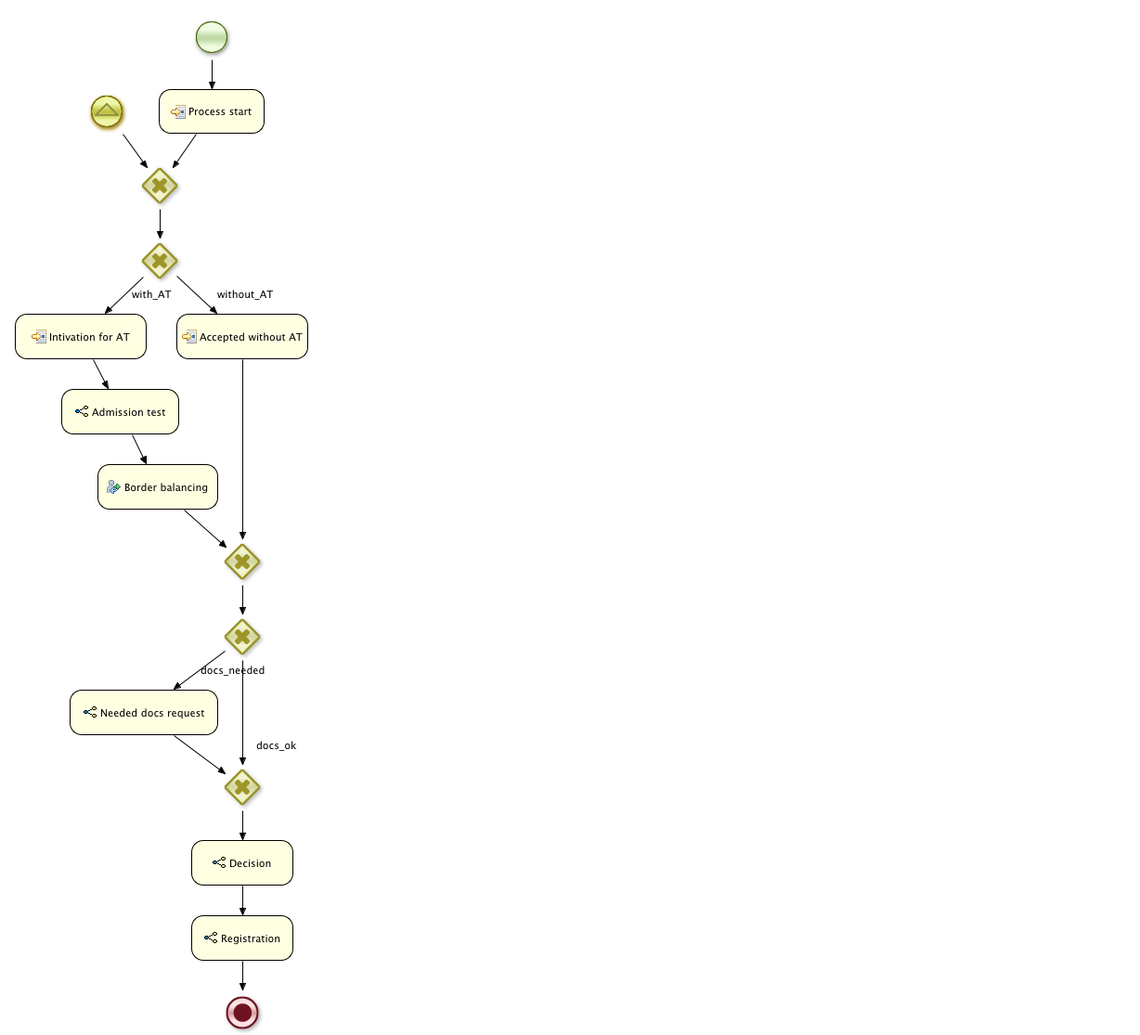
The BPMN diagram src/main/resources/bpm/2012_msp_main.png in janondrusek/MI-MPR-DIP-Admission, before a commit. Its source is kept beside it as src/main/resources/msp/2012_msp_main.bpmn. Ids are renumbered.
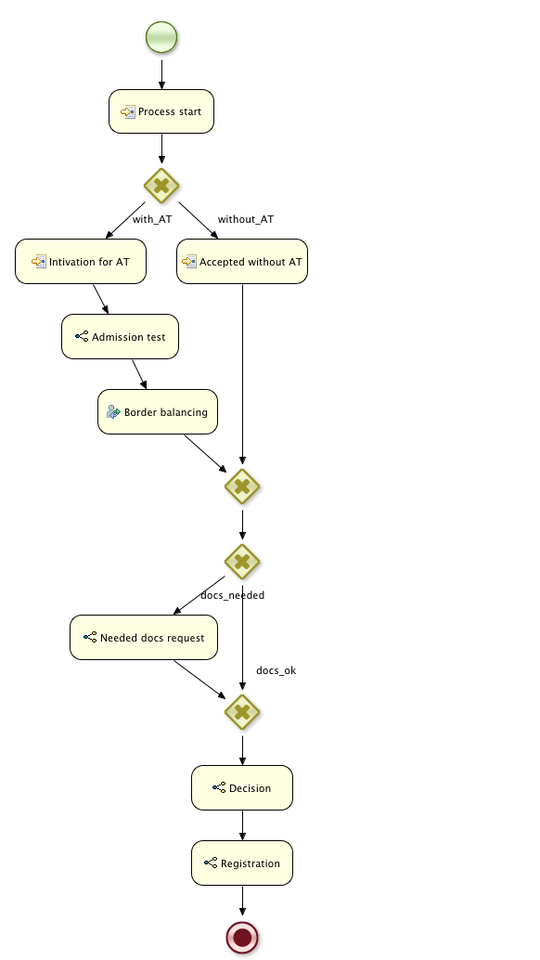
Above is the later version.

Change to the diagram source:
```diff
@@ -30,15 +30,15 @@
       <ioSpecification>
         <dataInput id="_36_CommentInput" name="Comment" />
         <dataInput id="_36_SkippableInput" name="Skippable" />
+        <dataInput id="_36_TaskNameInput" name="TaskName" />
         <dataInput id="_36_ContentInput" name="Content" />
-        <dataInput id="_36_TaskNameInput" name="TaskName" />
         <dataInput id="_36_GroupIdInput" name="GroupId" />
         <dataInput id="_36_PriorityInput" name="Priority" />
         <inputSet>
           <dataInputRefs>_36_CommentInput</dataInputRefs>
           <dataInputRefs>_36_SkippableInput</dataInputRefs>
+          <dataInputRefs>_36_TaskNameInput</dataInputRefs>
           <dataInputRefs>_36_ContentInput</dataInputRefs>
-          <dataInputRefs>_36_TaskNameInput</dataInputRefs>
           <dataInputRefs>_36_GroupIdInput</dataInputRefs>
           <dataInputRefs>_36_PriorityInput</dataInputRefs>
         </inputSet>
@@ -60,17 +60,17 @@
         </assignment>
       </dataInputAssociation>
       <dataInputAssociation>
+        <targetRef>_36_TaskNameInput</targetRef>
+        <assignment>
+          <from xsi:type="tFormalExpression"></from>
+          <to xsi:type="tFormalExpression">_36_TaskNameInput</to>
+        </assignment>
+      </dataInputAssociation>
+      <dataInputAssociation>
         <targetRef>_36_ContentInput</targetRef>
         <assignment>
           <from xsi:type="tFormalExpression"></from>
           <to xsi:type="tFormalExpression">_36_ContentInput</to>
-        </assignment>
-      </dataInputAssociation>
-      <dataInputAssociation>
-        <targetRef>_36_TaskNameInput</targetRef>
-        <assignment>
-          <from xsi:type="tFormalExpression"></from>
-          <to xsi:type="tFormalExpression">_36_TaskNameInput</to>
         </assignment>
       </dataInputAssociation>
       <dataInputAssociation>
@@ -116,11 +116,7 @@
         <targetRef>_7_evaluatorInput</targetRef>
       </dataInputAssociation>
     </callActivity>
-    <exclusiveGateway id="_42" name="Gateway - Start process" gatewayDirection="Converging" />
     <exclusiveGateway id="_8" name="Gateway - Admission test check" gatewayDirection="Diverging" />
-    <intermediateCatchEvent id="_43" name="Signal" >
-      <signalEventDefinition signalRef="scio_data_arrived"/>
-    </intermediateCatchEvent>
     <exclusiveGateway id="_9" name="Gateway - AT complete" gatewayDirection="Converging" />
     <callActivity id="_10" name="Registration" calledElement="cz.cvut.fit.mi_mpr_dip.admission.2012_registration" >
       <ioSpecification>
@@ -258,9 +254,7 @@
     <sequenceFlow id="_7-_36" sourceRef="_7" targetRef="_36" />
     <sequenceFlow id="_10-_6" sourceRef="_10" targetRef="_6" />
     <sequenceFlow id="_31-_7" sourceRef="_31" targetRef="_7" />
-    <sequenceFlow id="_29-_42" sourceRef="_29" targetRef="_42" />
-    <sequenceFlow id="_43-_42" sourceRef="_43" targetRef="_42" />
-    <sequenceFlow id="_42-_8" sourceRef="_42" targetRef="_8" />
+    <sequenceFlow id="_29-_8" sourceRef="_29" targetRef="_8" />
     <sequenceFlow id="_30-_9" sourceRef="_30" targetRef="_9" />
     <sequenceFlow id="_36-_9" sourceRef="_36" targetRef="_9" />
     <sequenceFlow id="_14-_10" sourceRef="_14" targetRef="_10" />
@@ -286,120 +280,106 @@
   <bpmndi:BPMNDiagram>
     <bpmndi:BPMNPlane bpmnElement="cz.cvut.fit.mi_mpr_dip.admission.2012_msp_main" >
       <bpmndi:BPMNShape bpmnElement="_1" >
-        <dc:Bounds x="204" y="16" width="48" height="48" />
+        <dc:Bounds x="150" y="16" width="48" height="48" />
       </bpmndi:BPMNShape>
       <bpmndi:BPMNShape bpmnElement="_36" >
-        <dc:Bounds x="105" y="500" width="130" height="49" />
+        <dc:Bounds x="105" y="419" width="130" height="49" />
       </bpmndi:BPMNShape>
       <bpmndi:BPMNShape bpmnElement="_6" >
-        <dc:Bounds x="237" y="1067" width="48" height="48" />
+        <dc:Bounds x="237" y="986" width="48" height="48" />
       </bpmndi:BPMNShape>
       <bpmndi:BPMNShape bpmnElement="_7" >
-        <dc:Bounds x="66" y="419" width="127" height="49" />
-      </bpmndi:BPMNShape>
-      <bpmndi:BPMNShape bpmnElement="_42" >
-        <dc:Bounds x="148" y="176" width="48" height="48" />
+        <dc:Bounds x="66" y="338" width="127" height="49" />
       </bpmndi:BPMNShape>
       <bpmndi:BPMNShape bpmnElement="_8" >
-        <dc:Bounds x="148" y="257" width="48" height="48" />
-      </bpmndi:BPMNShape>
-      <bpmndi:BPMNShape bpmnElement="_43" >
-        <dc:Bounds x="91" y="96" width="48" height="48" />
+        <dc:Bounds x="150" y="176" width="48" height="48" />
       </bpmndi:BPMNShape>
       <bpmndi:BPMNShape bpmnElement="_9" >
+        <dc:Bounds x="237" y="500" width="48" height="48" />
+      </bpmndi:BPMNShape>
+      <bpmndi:BPMNShape bpmnElement="_10" >
+        <dc:Bounds x="206" y="905" width="110" height="49" />
+      </bpmndi:BPMNShape>
+      <bpmndi:BPMNShape bpmnElement="_40" >
+        <dc:Bounds x="75" y="662" width="160" height="49" />
+      </bpmndi:BPMNShape>
+      <bpmndi:BPMNShape bpmnElement="_41" >
+        <dc:Bounds x="237" y="743" width="48" height="48" />
+      </bpmndi:BPMNShape>
+      <bpmndi:BPMNShape bpmnElement="_14" >
+        <dc:Bounds x="206" y="824" width="110" height="49" />
+      </bpmndi:BPMNShape>
+      <bpmndi:BPMNShape bpmnElement="_21" >
         <dc:Bounds x="237" y="581" width="48" height="48" />
       </bpmndi:BPMNShape>
-      <bpmndi:BPMNShape bpmnElement="_10" >
-        <dc:Bounds x="206" y="986" width="110" height="49" />
-      </bpmndi:BPMNShape>
-      <bpmndi:BPMNShape bpmnElement="_40" >
-        <dc:Bounds x="75" y="743" width="160" height="49" />
-      </bpmndi:BPMNShape>
-      <bpmndi:BPMNShape bpmnElement="_41" >
-        <dc:Bounds x="237" y="824" width="48" height="48" />
-      </bpmndi:BPMNShape>
-      <bpmndi:BPMNShape bpmnElement="_14" >
-        <dc:Bounds x="206" y="905" width="110" height="49" />
-      </bpmndi:BPMNShape>
-      <bpmndi:BPMNShape bpmnElement="_21" >
-        <dc:Bounds x="237" y="662" width="48" height="48" />
-      </bpmndi:BPMNShape>
       <bpmndi:BPMNShape bpmnElement="_29" >
-        <dc:Bounds x="171" y="96" width="114" height="48" />
+        <dc:Bounds x="117" y="96" width="114" height="48" />
       </bpmndi:BPMNShape>
       <bpmndi:BPMNShape bpmnElement="_31" >
-        <dc:Bounds x="16" y="338" width="142" height="49" />
+        <dc:Bounds x="16" y="257" width="142" height="49" />
       </bpmndi:BPMNShape>
       <bpmndi:BPMNShape bpmnElement="_30" >
-        <dc:Bounds x="190" y="338" width="142" height="49" />
+        <dc:Bounds x="190" y="257" width="142" height="49" />
       </bpmndi:BPMNShape>
       <bpmndi:BPMNEdge bpmnElement="_7-_36" >
-        <di:waypoint x="129" y="443" />
-        <di:waypoint x="170" y="524" />
+        <di:waypoint x="129" y="362" />
+        <di:waypoint x="170" y="443" />
       </bpmndi:BPMNEdge>
       <bpmndi:BPMNEdge bpmnElement="_10-_6" >
-        <di:waypoint x="261" y="1010" />
-        <di:waypoint x="261" y="1091" />
-      </bpmndi:BPMNEdge>
-      <bpmndi:BPMNEdge bpmnElement="_31-_7" >
-        <di:waypoint x="87" y="362" />
-        <di:waypoint x="129" y="443" />
-      </bpmndi:BPMNEdge>
-      <bpmndi:BPMNEdge bpmnElement="_29-_42" >
-        <di:waypoint x="228" y="120" />
-        <di:waypoint x="172" y="200" />
-      </bpmndi:BPMNEdge>
-      <bpmndi:BPMNEdge bpmnElement="_43-_42" >
-        <di:waypoint x="115" y="120" />
-        <di:waypoint x="172" y="200" />
-      </bpmndi:BPMNEdge>
-      <bpmndi:BPMNEdge bpmnElement="_42-_8" >
-        <di:waypoint x="172" y="200" />
-        <di:waypoint x="172" y="281" />
-      </bpmndi:BPMNEdge>
-      <bpmndi:BPMNEdge bpmnElement="_30-_9" >
-        <di:waypoint x="261" y="362" />
-        <di:waypoint x="261" y="605" />
-      </bpmndi:BPMNEdge>
-      <bpmndi:BPMNEdge bpmnElement="_36-_9" >
-        <di:waypoint x="170" y="524" />
-        <di:waypoint x="261" y="605" />
-      </bpmndi:BPMNEdge>
-      <bpmndi:BPMNEdge bpmnElement="_14-_10" >
         <di:waypoint x="261" y="929" />
         <di:waypoint x="261" y="1010" />
       </bpmndi:BPMNEdge>
-      <bpmndi:BPMNEdge bpmnElement="_21-_40" >
-        <di:waypoint x="261" y="686" />
-        <di:waypoint x="155" y="767" />
+      <bpmndi:BPMNEdge bpmnElement="_31-_7" >
+        <di:waypoint x="87" y="281" />
+        <di:waypoint x="129" y="362" />
       </bpmndi:BPMNEdge>
-      <bpmndi:BPMNEdge bpmnElement="_40-_41" >
-        <di:waypoint x="155" y="767" />
-        <di:waypoint x="261" y="848" />
+      <bpmndi:BPMNEdge bpmnElement="_29-_8" >
+        <di:waypoint x="174" y="120" />
+        <di:waypoint x="174" y="200" />
       </bpmndi:BPMNEdge>
-      <bpmndi:BPMNEdge bpmnElement="_21-_41" >
-        <di:waypoint x="261" y="686" />
-        <di:waypoint x="261" y="848" />
+      <bpmndi:BPMNEdge bpmnElement="_30-_9" >
+        <di:waypoint x="261" y="281" />
+        <di:waypoint x="261" y="524" />
       </bpmndi:BPMNEdge>
-      <bpmndi:BPMNEdge bpmnElement="_41-_14" >
+      <bpmndi:BPMNEdge bpmnElement="_36-_9" >
+        <di:waypoint x="170" y="443" />
+        <di:waypoint x="261" y="524" />
+      </bpmndi:BPMNEdge>
+      <bpmndi:BPMNEdge bpmnElement="_14-_10" >
         <di:waypoint x="261" y="848" />
         <di:waypoint x="261" y="929" />
       </bpmndi:BPMNEdge>
+      <bpmndi:BPMNEdge bpmnElement="_21-_40" >
+        <di:waypoint x="261" y="605" />
+        <di:waypoint x="155" y="686" />
+      </bpmndi:BPMNEdge>
+      <bpmndi:BPMNEdge bpmnElement="_40-_41" >
+        <di:waypoint x="155" y="686" />
+        <di:waypoint x="261" y="767" />
+      </bpmndi:BPMNEdge>
+      <bpmndi:BPMNEdge bpmnElement="_21-_41" >
+        <di:waypoint x="261" y="605" />
+        <di:waypoint x="261" y="767" />
+      </bpmndi:BPMNEdge>
+      <bpmndi:BPMNEdge bpmnElement="_41-_14" >
+        <di:waypoint x="261" y="767" />
+        <di:waypoint x="261" y="848" />
+      </bpmndi:BPMNEdge>
       <bpmndi:BPMNEdge bpmnElement="_9-_21" >
+        <di:waypoint x="261" y="524" />
         <di:waypoint x="261" y="605" />
-        <di:waypoint x="261" y="686" />
       </bpmndi:BPMNEdge>
       <bpmndi:BPMNEdge bpmnElement="_1-_29" >
-        <di:waypoint x="228" y="40" />
-        <di:waypoint x="228" y="120" />
+        <di:waypoint x="174" y="40" />
+        <di:waypoint x="174" y="120" />
       </bpmndi:BPMNEdge>
       <bpmndi:BPMNEdge bpmnElement="_8-_31" >
-        <di:waypoint x="172" y="281" />
-        <di:waypoint x="87" y="362" />
+        <di:waypoint x="174" y="200" />
+        <di:waypoint x="87" y="281" />
       </bpmndi:BPMNEdge>
       <bpmndi:BPMNEdge bpmnElement="_8-_30" >
-        <di:waypoint x="172" y="281" />
-        <di:waypoint x="261" y="362" />
+        <di:waypoint x="174" y="200" />
+        <di:waypoint x="261" y="281" />
       </bpmndi:BPMNEdge>
     </bpmndi:BPMNPlane>
   </bpmndi:BPMNDiagram>
```
